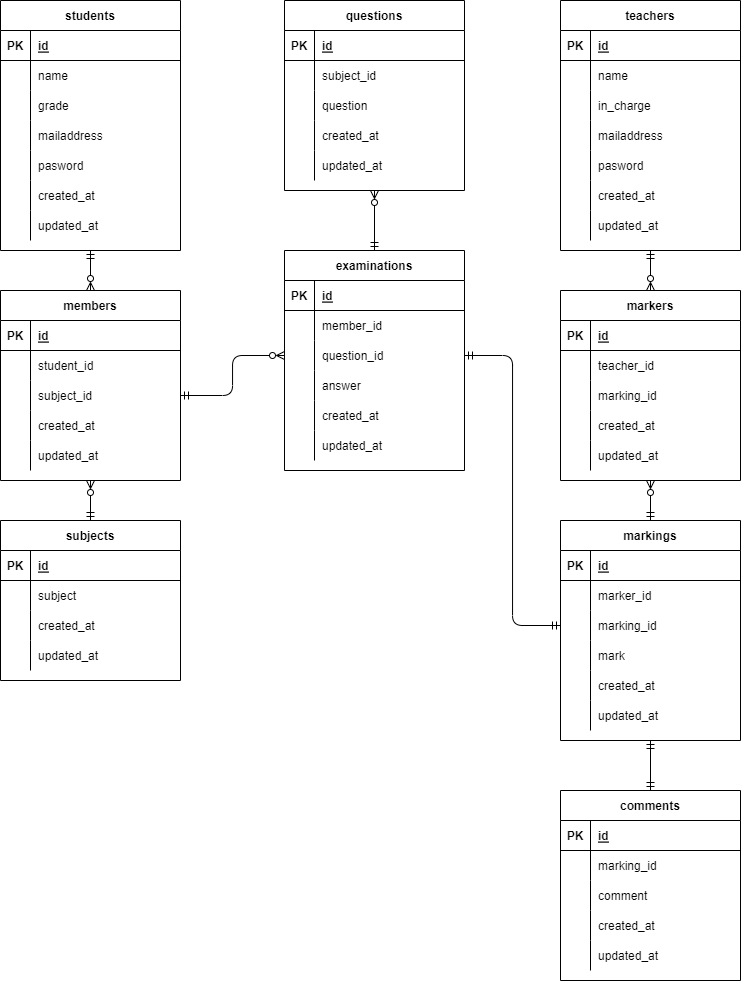
Earlier version of the draw.io export index.drawio.png (sakurakoy/20221021yonemizu). Source tidied: cells renumbered, new cells last; positions are measured from the earlier drawing's top-left corner, leaving out a move shared by most shapes.
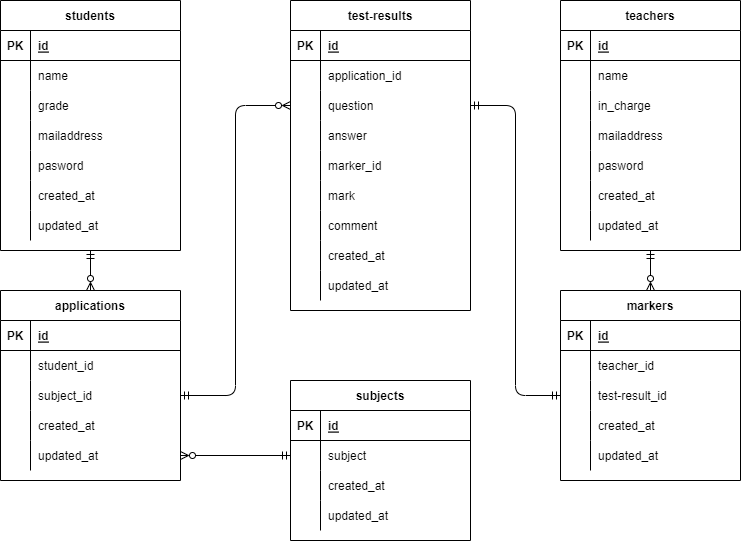
Above is the later version.

What changed in the source:
```diff
@@ -71,10 +71,10 @@
     <mxCell id="24" value="updated_at" style="shape=partialRectangle;fillColor=none;top=0;left=0;bottom=0;right=0;align=left;spacingLeft=6;overflow=hidden;" parent="22" vertex="1">
       <mxGeometry x="30" width="150" height="30" as="geometry" />
     </mxCell>
-    <mxCell id="25" style="edgeStyle=none;html=1;startArrow=ERmandOne;startFill=0;endArrow=ERzeroToMany;endFill=0;entryX=0.5;entryY=1;entryDx=0;entryDy=0;exitX=0.5;exitY=0;exitDx=0;exitDy=0;" parent="1" edge="1" source="42" target="26">
+    <mxCell id="25" style="edgeStyle=none;html=1;startArrow=ERmandOne;startFill=0;endArrow=ERzeroToMany;endFill=0;entryX=1;entryY=0.5;entryDx=0;entryDy=0;exitX=0;exitY=0.5;exitDx=0;exitDy=0;" parent="1" edge="1" source="46" target="39">
       <mxGeometry relative="1" as="geometry" />
     </mxCell>
-    <mxCell id="26" value="members" style="shape=table;startSize=30;rowLines=0;fontStyle=1;align=center;" parent="1" vertex="1">
+    <mxCell id="26" value="applications" style="shape=table;startSize=30;rowLines=0;fontStyle=1;align=center;" parent="1" vertex="1">
       <mxGeometry y="290" width="180" height="190" as="geometry" />
     </mxCell>
     <mxCell id="27" style="shape=partialRectangle;fillColor=none;top=0;left=0;bottom=1;right=0;" parent="26" vertex="1">
@@ -123,7 +123,7 @@
       <mxGeometry x="30" width="150" height="30" as="geometry" />
     </mxCell>
     <mxCell id="42" value="subjects" style="shape=table;startSize=30;rowLines=0;fontStyle=1;align=center;" parent="1" vertex="1">
-      <mxGeometry y="520" width="180" height="160" as="geometry" />
+      <mxGeometry x="290" y="380" width="180" height="160" as="geometry" />
     </mxCell>
     <mxCell id="43" style="shape=partialRectangle;fillColor=none;top=0;left=0;bottom=1;right=0;" parent="42" vertex="1">
       <mxGeometry y="30" width="180" height="30" as="geometry" />
@@ -161,11 +161,8 @@
     <mxCell id="54" value="updated_at" style="shape=partialRectangle;fillColor=none;top=0;left=0;bottom=0;right=0;align=left;spacingLeft=6;overflow=hidden;" parent="52" vertex="1">
       <mxGeometry x="30" width="150" height="30" as="geometry" />
     </mxCell>
-    <mxCell id="55" style="edgeStyle=orthogonalEdgeStyle;html=1;exitX=0.5;exitY=0;exitDx=0;exitDy=0;entryX=0.5;entryY=1;entryDx=0;entryDy=0;startArrow=ERmandOne;startFill=0;endArrow=ERzeroToMany;endFill=0;" parent="1" edge="1" source="56" target="75">
-      <mxGeometry relative="1" as="geometry" />
-    </mxCell>
-    <mxCell id="56" value="examinations" style="shape=table;startSize=30;rowLines=0;fontStyle=1;align=center;" parent="1" vertex="1">
-      <mxGeometry x="284" y="250" width="180" height="220" as="geometry" />
+    <mxCell id="56" value="test-results" style="shape=table;startSize=30;rowLines=0;fontStyle=1;align=center;" parent="1" vertex="1">
+      <mxGeometry x="290" width="180" height="310" as="geometry" />
     </mxCell>
     <mxCell id="57" style="shape=partialRectangle;fillColor=none;top=0;left=0;bottom=1;right=0;" parent="56" vertex="1">
       <mxGeometry y="30" width="180" height="30" as="geometry" />
@@ -182,7 +179,7 @@
     <mxCell id="61" style="shape=partialRectangle;fillColor=none;top=0;left=0;bottom=0;right=0;overflow=hidden;" parent="60" vertex="1">
       <mxGeometry width="30" height="30" as="geometry" />
     </mxCell>
-    <mxCell id="62" value="member_id" style="shape=partialRectangle;fillColor=none;top=0;left=0;bottom=0;right=0;align=left;spacingLeft=6;overflow=hidden;" parent="60" vertex="1">
+    <mxCell id="62" value="application_id" style="shape=partialRectangle;fillColor=none;top=0;left=0;bottom=0;right=0;align=left;spacingLeft=6;overflow=hidden;" parent="60" vertex="1">
       <mxGeometry x="30" width="150" height="30" as="geometry" />
     </mxCell>
     <mxCell id="63" style="shape=partialRectangle;fillColor=none;top=0;left=0;bottom=0;right=0;points=[[0,0.5],[1,0.5]];portConstraint=eastwest;" parent="56" vertex="1">
@@ -191,7 +188,7 @@
     <mxCell id="64" style="shape=partialRectangle;fillColor=none;top=0;left=0;bottom=0;right=0;overflow=hidden;" parent="63" vertex="1">
       <mxGeometry width="30" height="30" as="geometry" />
     </mxCell>
-    <mxCell id="65" value="question_id" style="shape=partialRectangle;fillColor=none;top=0;left=0;bottom=0;right=0;align=left;spacingLeft=6;overflow=hidden;" parent="63" vertex="1">
+    <mxCell id="65" value="question" style="shape=partialRectangle;fillColor=none;top=0;left=0;bottom=0;right=0;align=left;spacingLeft=6;overflow=hidden;" parent="63" vertex="1">
       <mxGeometry x="30" width="150" height="30" as="geometry" />
     </mxCell>
     <mxCell id="66" style="shape=partialRectangle;fillColor=none;top=0;left=0;bottom=0;right=0;" parent="56" vertex="1">
@@ -203,8 +200,35 @@
     <mxCell id="68" value="answer" style="shape=partialRectangle;fillColor=none;top=0;left=0;bottom=0;right=0;align=left;spacingLeft=6;overflow=hidden;" parent="66" vertex="1">
       <mxGeometry x="30" width="150" height="30" as="geometry" />
     </mxCell>
+    <mxCell id="169" style="shape=partialRectangle;fillColor=none;top=0;left=0;bottom=0;right=0;" parent="56" vertex="1">
+      <mxGeometry y="150" width="180" height="30" as="geometry" />
+    </mxCell>
+    <mxCell id="170" style="shape=partialRectangle;fillColor=none;top=0;left=0;bottom=0;right=0;overflow=hidden;" parent="169" vertex="1">
+      <mxGeometry width="30" height="30" as="geometry" />
+    </mxCell>
+    <mxCell id="138" value="marker_id" style="shape=partialRectangle;fillColor=none;top=0;left=0;bottom=0;right=0;align=left;spacingLeft=6;overflow=hidden;" parent="169" vertex="1">
+      <mxGeometry x="30" width="150" height="30" as="geometry" />
+    </mxCell>
+    <mxCell id="148" style="shape=partialRectangle;fillColor=none;top=0;left=0;bottom=0;right=0;" parent="56" vertex="1">
+      <mxGeometry y="180" width="180" height="30" as="geometry" />
+    </mxCell>
+    <mxCell id="171" style="shape=partialRectangle;fillColor=none;top=0;left=0;bottom=0;right=0;overflow=hidden;" parent="148" vertex="1">
+      <mxGeometry width="30" height="30" as="geometry" />
+    </mxCell>
+    <mxCell id="144" value="mark" style="shape=partialRectangle;fillColor=none;top=0;left=0;bottom=0;right=0;align=left;spacingLeft=6;overflow=hidden;" parent="148" vertex="1">
+      <mxGeometry x="30" width="150" height="30" as="geometry" />
+    </mxCell>
+    <mxCell id="172" style="shape=partialRectangle;fillColor=none;top=0;left=0;bottom=0;right=0;" parent="56" vertex="1">
+      <mxGeometry y="210" width="180" height="30" as="geometry" />
+    </mxCell>
+    <mxCell id="173" style="shape=partialRectangle;fillColor=none;top=0;left=0;bottom=0;right=0;overflow=hidden;" parent="172" vertex="1">
+      <mxGeometry width="30" height="30" as="geometry" />
+    </mxCell>
+    <mxCell id="160" value="comment" style="shape=partialRectangle;fillColor=none;top=0;left=0;bottom=0;right=0;align=left;spacingLeft=6;overflow=hidden;" parent="172" vertex="1">
+      <mxGeometry x="30" width="150" height="30" as="geometry" />
+    </mxCell>
     <mxCell id="69" style="shape=partialRectangle;fillColor=none;top=0;left=0;bottom=0;right=0;" parent="56" vertex="1">
-      <mxGeometry y="150" width="180" height="30" as="geometry" />
+      <mxGeometry y="240" width="180" height="30" as="geometry" />
     </mxCell>
     <mxCell id="70" style="shape=partialRectangle;fillColor=none;top=0;left=0;bottom=0;right=0;overflow=hidden;" parent="69" vertex="1">
       <mxGeometry width="30" height="30" as="geometry" />
@@ -213,7 +237,7 @@
       <mxGeometry x="30" width="150" height="30" as="geometry" />
     </mxCell>
     <mxCell id="72" style="shape=partialRectangle;fillColor=none;top=0;left=0;bottom=0;right=0;" parent="56" vertex="1">
-      <mxGeometry y="180" width="180" height="30" as="geometry" />
+      <mxGeometry y="270" width="180" height="30" as="geometry" />
     </mxCell>
     <mxCell id="73" style="shape=partialRectangle;fillColor=none;top=0;left=0;bottom=0;right=0;overflow=hidden;" parent="72" vertex="1">
       <mxGeometry width="30" height="30" as="geometry" />
@@ -221,54 +245,6 @@
     <mxCell id="74" value="updated_at" style="shape=partialRectangle;fillColor=none;top=0;left=0;bottom=0;right=0;align=left;spacingLeft=6;overflow=hidden;" parent="72" vertex="1">
       <mxGeometry x="30" width="150" height="30" as="geometry" />
     </mxCell>
-    <mxCell id="75" value="questions" style="shape=table;startSize=30;rowLines=0;fontStyle=1;align=center;" parent="1" vertex="1">
-      <mxGeometry x="284" width="180" height="190" as="geometry" />
-    </mxCell>
-    <mxCell id="76" style="shape=partialRectangle;fillColor=none;top=0;left=0;bottom=1;right=0;" parent="75" vertex="1">
-      <mxGeometry y="30" width="180" height="30" as="geometry" />
-    </mxCell>
-    <mxCell id="77" value="PK" style="shape=partialRectangle;fillColor=none;top=0;left=0;bottom=0;right=0;fontStyle=1;overflow=hidden;" parent="76" vertex="1">
-      <mxGeometry width="30" height="30" as="geometry" />
-    </mxCell>
-    <mxCell id="78" value="id" style="shape=partialRectangle;fillColor=none;top=0;left=0;bottom=0;right=0;align=left;spacingLeft=6;fontStyle=5;overflow=hidden;" parent="76" vertex="1">
-      <mxGeometry x="30" width="150" height="30" as="geometry" />
-    </mxCell>
-    <mxCell id="79" style="shape=partialRectangle;fillColor=none;top=0;left=0;bottom=0;right=0;" parent="75" vertex="1">
-      <mxGeometry y="60" width="180" height="30" as="geometry" />
-    </mxCell>
-    <mxCell id="80" style="shape=partialRectangle;fillColor=none;top=0;left=0;bottom=0;right=0;overflow=hidden;" parent="79" vertex="1">
-      <mxGeometry width="30" height="30" as="geometry" />
-    </mxCell>
-    <mxCell id="81" value="subject_id" style="shape=partialRectangle;fillColor=none;top=0;left=0;bottom=0;right=0;align=left;spacingLeft=6;overflow=hidden;" parent="79" vertex="1">
-      <mxGeometry x="30" width="150" height="30" as="geometry" />
-    </mxCell>
-    <mxCell id="82" style="shape=partialRectangle;fillColor=none;top=0;left=0;bottom=0;right=0;" parent="75" vertex="1">
-      <mxGeometry y="90" width="180" height="30" as="geometry" />
-    </mxCell>
-    <mxCell id="83" style="shape=partialRectangle;fillColor=none;top=0;left=0;bottom=0;right=0;overflow=hidden;" parent="82" vertex="1">
-      <mxGeometry width="30" height="30" as="geometry" />
-    </mxCell>
-    <mxCell id="84" value="question" style="shape=partialRectangle;fillColor=none;top=0;left=0;bottom=0;right=0;align=left;spacingLeft=6;overflow=hidden;" parent="82" vertex="1">
-      <mxGeometry x="30" width="150" height="30" as="geometry" />
-    </mxCell>
-    <mxCell id="85" style="shape=partialRectangle;fillColor=none;top=0;left=0;bottom=0;right=0;" parent="75" vertex="1">
-      <mxGeometry y="120" width="180" height="30" as="geometry" />
-    </mxCell>
-    <mxCell id="86" style="shape=partialRectangle;fillColor=none;top=0;left=0;bottom=0;right=0;overflow=hidden;" parent="85" vertex="1">
-      <mxGeometry width="30" height="30" as="geometry" />
-    </mxCell>
-    <mxCell id="87" value="created_at" style="shape=partialRectangle;fillColor=none;top=0;left=0;bottom=0;right=0;align=left;spacingLeft=6;overflow=hidden;" parent="85" vertex="1">
-      <mxGeometry x="30" width="150" height="30" as="geometry" />
-    </mxCell>
-    <mxCell id="88" style="shape=partialRectangle;fillColor=none;top=0;left=0;bottom=0;right=0;" parent="75" vertex="1">
-      <mxGeometry y="150" width="180" height="30" as="geometry" />
-    </mxCell>
-    <mxCell id="89" style="shape=partialRectangle;fillColor=none;top=0;left=0;bottom=0;right=0;overflow=hidden;" parent="88" vertex="1">
-      <mxGeometry width="30" height="30" as="geometry" />
-    </mxCell>
-    <mxCell id="90" value="updated_at" style="shape=partialRectangle;fillColor=none;top=0;left=0;bottom=0;right=0;align=left;spacingLeft=6;overflow=hidden;" parent="88" vertex="1">
-      <mxGeometry x="30" width="150" height="30" as="geometry" />
-    </mxCell>
     <mxCell id="91" style="edgeStyle=orthogonalEdgeStyle;html=1;exitX=0.5;exitY=1;exitDx=0;exitDy=0;startArrow=ERmandOne;startFill=0;endArrow=ERzeroToMany;endFill=0;entryX=0.5;entryY=0;entryDx=0;entryDy=0;" parent="1" edge="1" source="92" target="114">
       <mxGeometry relative="1" as="geometry" />
     </mxCell>
@@ -365,7 +341,7 @@
     <mxCell id="122" style="shape=partialRectangle;fillColor=none;top=0;left=0;bottom=0;right=0;overflow=hidden;" parent="121" vertex="1">
       <mxGeometry width="30" height="30" as="geometry" />
     </mxCell>
-    <mxCell id="123" value="marking_id" style="shape=partialRectangle;fillColor=none;top=0;left=0;bottom=0;right=0;align=left;spacingLeft=6;overflow=hidden;" parent="121" vertex="1">
+    <mxCell id="123" value="test-result_id" style="shape=partialRectangle;fillColor=none;top=0;left=0;bottom=0;right=0;align=left;spacingLeft=6;overflow=hidden;" parent="121" vertex="1">
       <mxGeometry x="30" width="150" height="30" as="geometry" />
     </mxCell>
     <mxCell id="124" style="shape=partialRectangle;fillColor=none;top=0;left=0;bottom=0;right=0;" parent="114" vertex="1">
@@ -386,122 +362,11 @@
     <mxCell id="129" value="updated_at" style="shape=partialRectangle;fillColor=none;top=0;left=0;bottom=0;right=0;align=left;spacingLeft=6;overflow=hidden;" parent="127" vertex="1">
       <mxGeometry x="30" width="150" height="30" as="geometry" />
     </mxCell>
-    <mxCell id="130" style="edgeStyle=orthogonalEdgeStyle;html=1;exitX=0.5;exitY=0;exitDx=0;exitDy=0;entryX=0.5;entryY=1;entryDx=0;entryDy=0;startArrow=ERmandOne;startFill=0;endArrow=ERzeroToMany;endFill=0;" parent="1" edge="1" source="132" target="114">
+    <mxCell id="130" style="edgeStyle=orthogonalEdgeStyle;html=1;entryX=0;entryY=0.5;entryDx=0;entryDy=0;startArrow=ERmandOne;startFill=0;endArrow=ERmandOne;endFill=0;" parent="1" edge="1" source="63" target="121">
       <mxGeometry relative="1" as="geometry" />
     </mxCell>
-    <mxCell id="131" style="edgeStyle=orthogonalEdgeStyle;html=1;exitX=0.5;exitY=1;exitDx=0;exitDy=0;entryX=0.5;entryY=0;entryDx=0;entryDy=0;startArrow=ERmandOne;startFill=0;endArrow=ERmandOne;endFill=0;" parent="1" edge="1" source="132" target="151">
-      <mxGeometry relative="1" as="geometry" />
-    </mxCell>
-    <mxCell id="132" value="markings" style="shape=table;startSize=30;rowLines=0;fontStyle=1;align=center;" parent="1" vertex="1">
-      <mxGeometry x="560" y="520" width="180" height="220" as="geometry" />
-    </mxCell>
-    <mxCell id="133" style="shape=partialRectangle;fillColor=none;top=0;left=0;bottom=1;right=0;" parent="132" vertex="1">
-      <mxGeometry y="30" width="180" height="30" as="geometry" />
-    </mxCell>
-    <mxCell id="134" value="PK" style="shape=partialRectangle;fillColor=none;top=0;left=0;bottom=0;right=0;fontStyle=1;overflow=hidden;" parent="133" vertex="1">
-      <mxGeometry width="30" height="30" as="geometry" />
-    </mxCell>
-    <mxCell id="135" value="id" style="shape=partialRectangle;fillColor=none;top=0;left=0;bottom=0;right=0;align=left;spacingLeft=6;fontStyle=5;overflow=hidden;" parent="133" vertex="1">
-      <mxGeometry x="30" width="150" height="30" as="geometry" />
-    </mxCell>
-    <mxCell id="136" style="shape=partialRectangle;fillColor=none;top=0;left=0;bottom=0;right=0;" parent="132" vertex="1">
-      <mxGeometry y="60" width="180" height="30" as="geometry" />
-    </mxCell>
-    <mxCell id="137" style="shape=partialRectangle;fillColor=none;top=0;left=0;bottom=0;right=0;overflow=hidden;" parent="136" vertex="1">
-      <mxGeometry width="30" height="30" as="geometry" />
-    </mxCell>
-    <mxCell id="138" value="marker_id" style="shape=partialRectangle;fillColor=none;top=0;left=0;bottom=0;right=0;align=left;spacingLeft=6;overflow=hidden;" parent="136" vertex="1">
-      <mxGeometry x="30" width="150" height="30" as="geometry" />
-    </mxCell>
-    <mxCell id="139" style="shape=partialRectangle;fillColor=none;top=0;left=0;bottom=0;right=0;points=[[0,0.5],[1,0.5]];portConstraint=eastwest;" parent="132" vertex="1">
-      <mxGeometry y="90" width="180" height="30" as="geometry" />
-    </mxCell>
-    <mxCell id="140" style="shape=partialRectangle;fillColor=none;top=0;left=0;bottom=0;right=0;overflow=hidden;" parent="139" vertex="1">
-      <mxGeometry width="30" height="30" as="geometry" />
-    </mxCell>
-    <mxCell id="141" value="marking_id" style="shape=partialRectangle;fillColor=none;top=0;left=0;bottom=0;right=0;align=left;spacingLeft=6;overflow=hidden;" parent="139" vertex="1">
-      <mxGeometry x="30" width="150" height="30" as="geometry" />
-    </mxCell>
-    <mxCell id="142" style="shape=partialRectangle;fillColor=none;top=0;left=0;bottom=0;right=0;" parent="132" vertex="1">
-      <mxGeometry y="120" width="180" height="30" as="geometry" />
-    </mxCell>
-    <mxCell id="143" style="shape=partialRectangle;fillColor=none;top=0;left=0;bottom=0;right=0;overflow=hidden;" parent="142" vertex="1">
-      <mxGeometry width="30" height="30" as="geometry" />
-    </mxCell>
-    <mxCell id="144" value="mark" style="shape=partialRectangle;fillColor=none;top=0;left=0;bottom=0;right=0;align=left;spacingLeft=6;overflow=hidden;" parent="142" vertex="1">
-      <mxGeometry x="30" width="150" height="30" as="geometry" />
-    </mxCell>
-    <mxCell id="145" style="shape=partialRectangle;fillColor=none;top=0;left=0;bottom=0;right=0;" parent="132" vertex="1">
-      <mxGeometry y="150" width="180" height="30" as="geometry" />
-    </mxCell>
-    <mxCell id="146" style="shape=partialRectangle;fillColor=none;top=0;left=0;bottom=0;right=0;overflow=hidden;" parent="145" vertex="1">
-      <mxGeometry width="30" height="30" as="geometry" />
-    </mxCell>
-    <mxCell id="147" value="created_at" style="shape=partialRectangle;fillColor=none;top=0;left=0;bottom=0;right=0;align=left;spacingLeft=6;overflow=hidden;" parent="145" vertex="1">
-      <mxGeometry x="30" width="150" height="30" as="geometry" />
-    </mxCell>
-    <mxCell id="148" style="shape=partialRectangle;fillColor=none;top=0;left=0;bottom=0;right=0;" parent="132" vertex="1">
-      <mxGeometry y="180" width="180" height="30" as="geometry" />
-    </mxCell>
-    <mxCell id="149" style="shape=partialRectangle;fillColor=none;top=0;left=0;bottom=0;right=0;overflow=hidden;" parent="148" vertex="1">
-      <mxGeometry width="30" height="30" as="geometry" />
-    </mxCell>
-    <mxCell id="150" value="updated_at" style="shape=partialRectangle;fillColor=none;top=0;left=0;bottom=0;right=0;align=left;spacingLeft=6;overflow=hidden;" parent="148" vertex="1">
-      <mxGeometry x="30" width="150" height="30" as="geometry" />
-    </mxCell>
-    <mxCell id="151" value="comments" style="shape=table;startSize=30;rowLines=0;fontStyle=1;align=center;" parent="1" vertex="1">
-      <mxGeometry x="560" y="790" width="180" height="190" as="geometry" />
-    </mxCell>
-    <mxCell id="152" style="shape=partialRectangle;fillColor=none;top=0;left=0;bottom=1;right=0;" parent="151" vertex="1">
-      <mxGeometry y="30" width="180" height="30" as="geometry" />
-    </mxCell>
-    <mxCell id="153" value="PK" style="shape=partialRectangle;fillColor=none;top=0;left=0;bottom=0;right=0;fontStyle=1;overflow=hidden;" parent="152" vertex="1">
-      <mxGeometry width="30" height="30" as="geometry" />
-    </mxCell>
-    <mxCell id="154" value="id" style="shape=partialRectangle;fillColor=none;top=0;left=0;bottom=0;right=0;align=left;spacingLeft=6;fontStyle=5;overflow=hidden;" parent="152" vertex="1">
-      <mxGeometry x="30" width="150" height="30" as="geometry" />
-    </mxCell>
-    <mxCell id="155" style="shape=partialRectangle;fillColor=none;top=0;left=0;bottom=0;right=0;" parent="151" vertex="1">
-      <mxGeometry y="60" width="180" height="30" as="geometry" />
-    </mxCell>
-    <mxCell id="156" style="shape=partialRectangle;fillColor=none;top=0;left=0;bottom=0;right=0;overflow=hidden;" parent="155" vertex="1">
-      <mxGeometry width="30" height="30" as="geometry" />
-    </mxCell>
-    <mxCell id="157" value="marking_id" style="shape=partialRectangle;fillColor=none;top=0;left=0;bottom=0;right=0;align=left;spacingLeft=6;overflow=hidden;" parent="155" vertex="1">
-      <mxGeometry x="30" width="150" height="30" as="geometry" />
-    </mxCell>
-    <mxCell id="158" style="shape=partialRectangle;fillColor=none;top=0;left=0;bottom=0;right=0;" parent="151" vertex="1">
-      <mxGeometry y="90" width="180" height="30" as="geometry" />
-    </mxCell>
-    <mxCell id="159" style="shape=partialRectangle;fillColor=none;top=0;left=0;bottom=0;right=0;overflow=hidden;" parent="158" vertex="1">
-      <mxGeometry width="30" height="30" as="geometry" />
-    </mxCell>
-    <mxCell id="160" value="comment" style="shape=partialRectangle;fillColor=none;top=0;left=0;bottom=0;right=0;align=left;spacingLeft=6;overflow=hidden;" parent="158" vertex="1">
-      <mxGeometry x="30" width="150" height="30" as="geometry" />
-    </mxCell>
-    <mxCell id="161" style="shape=partialRectangle;fillColor=none;top=0;left=0;bottom=0;right=0;" parent="151" vertex="1">
-      <mxGeometry y="120" width="180" height="30" as="geometry" />
-    </mxCell>
-    <mxCell id="162" style="shape=partialRectangle;fillColor=none;top=0;left=0;bottom=0;right=0;overflow=hidden;" parent="161" vertex="1">
-      <mxGeometry width="30" height="30" as="geometry" />
-    </mxCell>
-    <mxCell id="163" value="created_at" style="shape=partialRectangle;fillColor=none;top=0;left=0;bottom=0;right=0;align=left;spacingLeft=6;overflow=hidden;" parent="161" vertex="1">
-      <mxGeometry x="30" width="150" height="30" as="geometry" />
-    </mxCell>
-    <mxCell id="164" style="shape=partialRectangle;fillColor=none;top=0;left=0;bottom=0;right=0;" parent="151" vertex="1">
-      <mxGeometry y="150" width="180" height="30" as="geometry" />
-    </mxCell>
-    <mxCell id="165" style="shape=partialRectangle;fillColor=none;top=0;left=0;bottom=0;right=0;overflow=hidden;" parent="164" vertex="1">
-      <mxGeometry width="30" height="30" as="geometry" />
-    </mxCell>
-    <mxCell id="166" value="updated_at" style="shape=partialRectangle;fillColor=none;top=0;left=0;bottom=0;right=0;align=left;spacingLeft=6;overflow=hidden;" parent="164" vertex="1">
-      <mxGeometry x="30" width="150" height="30" as="geometry" />
-    </mxCell>
     <mxCell id="167" style="edgeStyle=orthogonalEdgeStyle;html=1;exitX=1;exitY=0.5;exitDx=0;exitDy=0;entryX=0;entryY=0.5;entryDx=0;entryDy=0;startArrow=ERmandOne;startFill=0;endArrow=ERzeroToMany;endFill=0;" parent="1" edge="1" source="33" target="63">
       <mxGeometry relative="1" as="geometry" />
     </mxCell>
-    <mxCell id="168" style="edgeStyle=orthogonalEdgeStyle;html=1;exitX=1;exitY=0.5;exitDx=0;exitDy=0;entryX=0;entryY=0.5;entryDx=0;entryDy=0;startArrow=ERmandOne;startFill=0;endArrow=ERmandOne;endFill=0;" parent="1" edge="1" source="63" target="139">
-      <mxGeometry relative="1" as="geometry" />
-    </mxCell>
   </root>
 </mxGraphModel>
```
